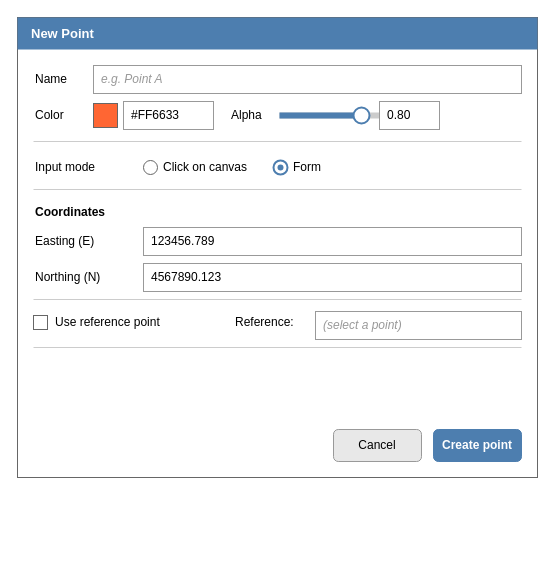
Above: page "Point form" (4 of 20) of spec/design/geometry-app-ui-ux.drawio in david-wies/geosketch (draw.io), before the change. Source tidied: cells renumbered, new cells numbered last; positions are measured from the earlier drawing's top-left corner, leaving out a move shared by most shapes. Both pictures are drawn from the tidied source at 100%, with x=0, y=0 at pixel (17, 17).
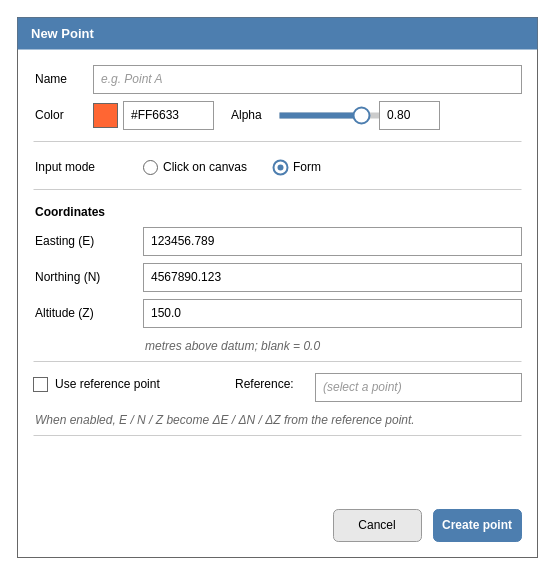
The same diagram, later.

Commit message (it also covers changes not shown here):
docs: implementation design, 3-point azimuth/elevation & reference articles (#56)

The edit, as a diff of the source:
```diff
@@
     <mxCell id="2" style="rounded=0;whiteSpace=wrap;html=1;fillColor=#FFFFFF;strokeColor=#666666;" parent="1" vertex="1">
-      <mxGeometry width="520" height="460" as="geometry" />
+      <mxGeometry width="520" height="540" as="geometry" />
     </mxCell>
@@
-    <mxCell id="27" style="endArrow=none;dashed=0;html=1;strokeColor=#CCCCCC;" parent="1" edge="1">
-      <mxGeometry relative="1" as="geometry">
-        <mxPoint x="16" y="282" as="sourcePoint" />
-        <mxPoint x="504" y="282" as="targetPoint" />
-      </mxGeometry>
+    <mxCell id="27" value="Altitude (Z)" style="text;html=1;align=left;verticalAlign=middle;" parent="1" vertex="1">
+      <mxGeometry x="16" y="282" width="110" height="28" as="geometry" />
     </mxCell>
-    <mxCell id="28" style="rounded=0;fillColor=#FFFFFF;strokeColor=#666666;" parent="1" vertex="1">
-      <mxGeometry x="16" y="298" width="14" height="14" as="geometry" />
+    <mxCell id="28" value="150.0" style="rounded=0;whiteSpace=wrap;html=1;fillColor=#FFFFFF;strokeColor=#999999;align=left;spacingLeft=6;" parent="1" vertex="1">
+      <mxGeometry x="126" y="282" width="378" height="28" as="geometry" />
     </mxCell>
-    <mxCell id="29" value="Use reference point" style="text;html=1;align=left;verticalAlign=middle;" parent="1" vertex="1">
-      <mxGeometry x="36" y="294" width="160" height="22" as="geometry" />
+    <mxCell id="29" value="metres above datum; blank = 0.0" style="text;html=1;align=left;verticalAlign=middle;fontColor=#666666;fontStyle=2;" parent="1" vertex="1">
+      <mxGeometry x="126" y="318" width="378" height="22" as="geometry" />
     </mxCell>
-    <mxCell id="30" value="Reference:" style="text;html=1;align=left;verticalAlign=middle;" parent="1" vertex="1">
-      <mxGeometry x="216" y="294" width="80" height="22" as="geometry" />
+    <mxCell id="30" style="endArrow=none;dashed=0;html=1;strokeColor=#CCCCCC;" parent="1" edge="1">
+      <mxGeometry relative="1" as="geometry">
+        <mxPoint x="16" y="344" as="sourcePoint" />
+        <mxPoint x="504" y="344" as="targetPoint" />
+      </mxGeometry>
     </mxCell>
-    <mxCell id="31" value="(select a point)" style="rounded=0;whiteSpace=wrap;html=1;fillColor=#FFFFFF;strokeColor=#999999;align=left;spacingLeft=6;fontColor=#999999;fontStyle=2;" parent="1" vertex="1">
-      <mxGeometry x="298" y="294" width="206" height="28" as="geometry" />
+    <mxCell id="31" style="rounded=0;fillColor=#FFFFFF;strokeColor=#666666;" parent="1" vertex="1">
+      <mxGeometry x="16" y="360" width="14" height="14" as="geometry" />
     </mxCell>
-    <mxCell id="32" style="endArrow=none;dashed=0;html=1;strokeColor=#CCCCCC;" parent="1" edge="1">
-      <mxGeometry relative="1" as="geometry">
-        <mxPoint x="16" y="330" as="sourcePoint" />
-        <mxPoint x="504" y="330" as="targetPoint" />
-      </mxGeometry>
+    <mxCell id="32" value="Use reference point" style="text;html=1;align=left;verticalAlign=middle;" parent="1" vertex="1">
+      <mxGeometry x="36" y="356" width="160" height="22" as="geometry" />
     </mxCell>
-    <mxCell id="33" value="Cancel" style="rounded=1;whiteSpace=wrap;html=1;fillColor=#E8E8E8;strokeColor=#999999;align=center;" parent="1" vertex="1">
-      <mxGeometry x="316" y="412" width="88" height="32" as="geometry" />
+    <mxCell id="33" value="Reference:" style="text;html=1;align=left;verticalAlign=middle;" parent="1" vertex="1">
+      <mxGeometry x="216" y="356" width="80" height="22" as="geometry" />
     </mxCell>
-    <mxCell id="34" value="Create point" style="rounded=1;whiteSpace=wrap;html=1;fillColor=#4D7EAF;strokeColor=#4D7EAF;fontColor=#FFFFFF;fontStyle=1;align=center;" parent="1" vertex="1">
-      <mxGeometry x="416" y="412" width="88" height="32" as="geometry" />
+    <mxCell id="34" value="(select a point)" style="rounded=0;whiteSpace=wrap;html=1;fillColor=#FFFFFF;strokeColor=#999999;align=left;spacingLeft=6;fontColor=#999999;fontStyle=2;" parent="1" vertex="1">
+      <mxGeometry x="298" y="356" width="206" height="28" as="geometry" />
     </mxCell>
+    <mxCell id="35" value="When enabled, E / N / Z become ΔE / ΔN / ΔZ from the reference point." style="text;html=1;align=left;verticalAlign=middle;fontColor=#666666;fontStyle=2;" parent="1" vertex="1">
+      <mxGeometry x="16" y="392" width="488" height="22" as="geometry" />
+    </mxCell>
+    <mxCell id="36" style="endArrow=none;dashed=0;html=1;strokeColor=#CCCCCC;" parent="1" edge="1">
+      <mxGeometry relative="1" as="geometry">
+        <mxPoint x="16" y="418" as="sourcePoint" />
+        <mxPoint x="504" y="418" as="targetPoint" />
+      </mxGeometry>
+    </mxCell>
+    <mxCell id="37" value="Cancel" style="rounded=1;whiteSpace=wrap;html=1;fillColor=#E8E8E8;strokeColor=#999999;align=center;" parent="1" vertex="1">
+      <mxGeometry x="316" y="492" width="88" height="32" as="geometry" />
+    </mxCell>
+    <mxCell id="38" value="Create point" style="rounded=1;whiteSpace=wrap;html=1;fillColor=#4D7EAF;strokeColor=#4D7EAF;fontColor=#FFFFFF;fontStyle=1;align=center;" parent="1" vertex="1">
+      <mxGeometry x="416" y="492" width="88" height="32" as="geometry" />
+    </mxCell>
```
